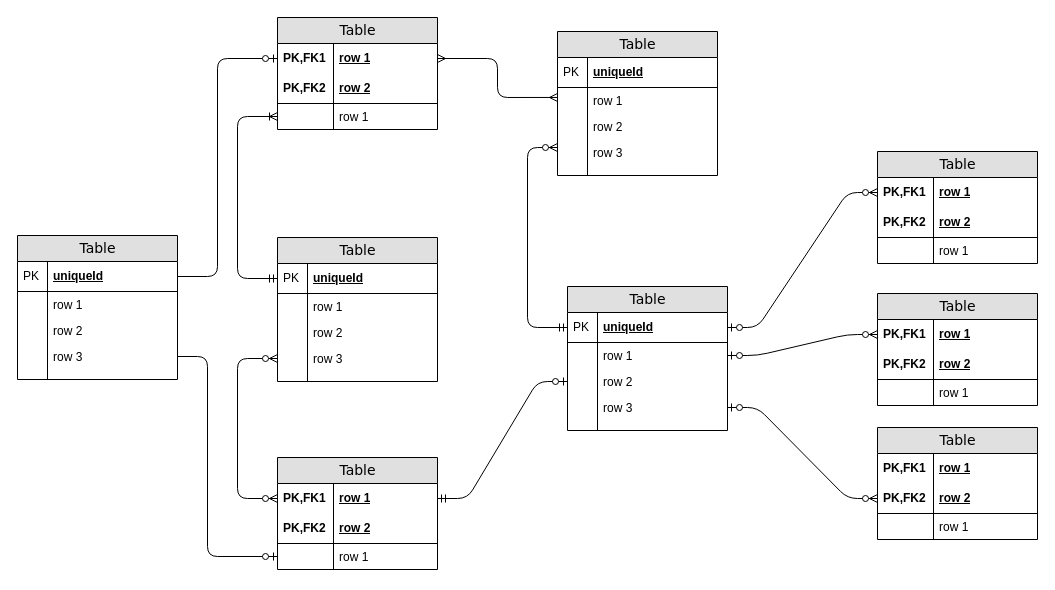
Before: ERD/Untitled Diagram.drawio in DaviesBrown/alx-airbnb-database, a draw.io diagram. Source tidied: cells renumbered, new cells numbered last; positions are measured from the earlier drawing's top-left corner, leaving out a move shared by most shapes. Both pictures are drawn from the tidied source at 100%, with x=0, y=0 at pixel (17, 17).
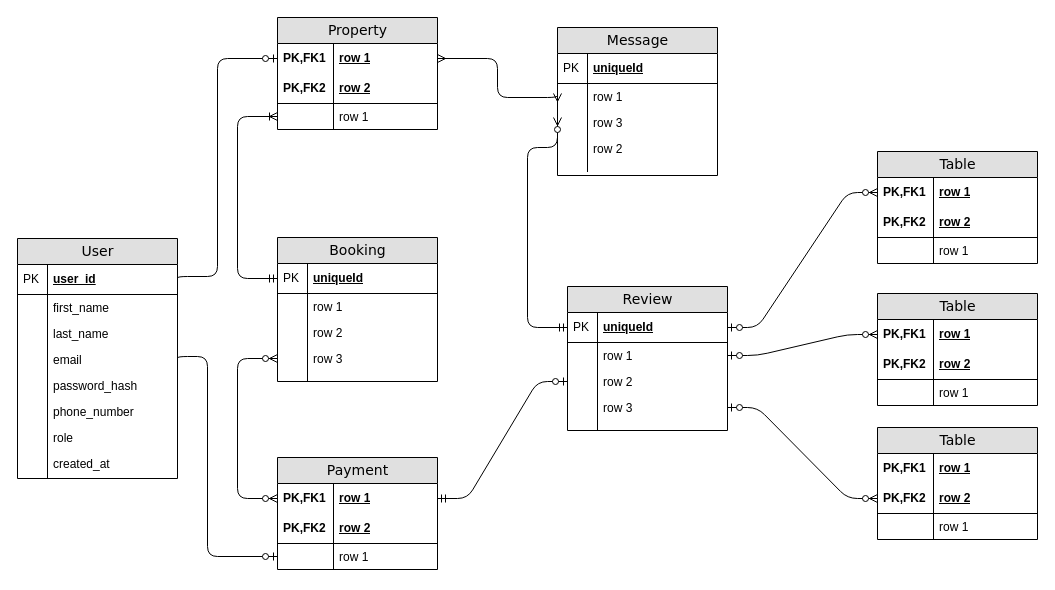
Above is the later version.

Diff of the diagram source:
```diff
@@
-    <mxCell id="2" value="Table" style="swimlane;html=1;fontStyle=0;horizontal=1;startSize=26;fillColor=#e0e0e0;swimlaneFillColor=#ffffff;align=center;rounded=0;shadow=0;comic=0;labelBackgroundColor=none;strokeWidth=1;fontFamily=Verdana;fontSize=14;" parent="1" vertex="1">
+    <mxCell id="2" value="Property" style="swimlane;html=1;fontStyle=0;horizontal=1;startSize=26;fillColor=#e0e0e0;swimlaneFillColor=#ffffff;align=center;rounded=0;shadow=0;comic=0;labelBackgroundColor=none;strokeWidth=1;fontFamily=Verdana;fontSize=14;" parent="1" vertex="1">
       <mxGeometry x="260" width="160" height="112" as="geometry" />
     </mxCell>
@@
-    <mxCell id="9" value="Table" style="swimlane;html=1;fontStyle=0;horizontal=1;startSize=26;fillColor=#e0e0e0;swimlaneFillColor=#ffffff;align=center;rounded=0;shadow=0;comic=0;labelBackgroundColor=none;strokeWidth=1;fontFamily=Verdana;fontSize=14;swimlaneLine=1;" parent="1" vertex="1">
-      <mxGeometry x="540" y="14" width="160" height="144" as="geometry" />
+    <mxCell id="9" value="Message" style="swimlane;html=1;fontStyle=0;horizontal=1;startSize=26;fillColor=#e0e0e0;swimlaneFillColor=#ffffff;align=center;rounded=0;shadow=0;comic=0;labelBackgroundColor=none;strokeWidth=1;fontFamily=Verdana;fontSize=14;swimlaneLine=1;" parent="1" vertex="1">
+      <mxGeometry x="540" y="10" width="160" height="148" as="geometry" />
     </mxCell>
@@
+    <mxCell id="16" value="row 3" style="shape=partialRectangle;top=0;left=0;right=0;bottom=0;html=1;align=left;verticalAlign=top;fillColor=none;spacingLeft=34;spacingRight=4;whiteSpace=wrap;overflow=hidden;points=[[0,0.5],[1,0.5]];portConstraint=eastwest;" parent="9" vertex="1">
+      <mxGeometry y="82" width="160" height="26" as="geometry" />
+    </mxCell>
+    <mxCell id="17" style="shape=partialRectangle;top=0;left=0;bottom=0;html=1;fillColor=none;align=left;verticalAlign=top;spacingLeft=4;spacingRight=4;whiteSpace=wrap;overflow=hidden;" parent="16" vertex="1">
+      <mxGeometry width="30" height="26" as="geometry" />
+    </mxCell>
     <mxCell id="14" value="row 2" style="shape=partialRectangle;top=0;left=0;right=0;bottom=0;html=1;align=left;verticalAlign=top;fillColor=none;spacingLeft=34;spacingRight=4;whiteSpace=wrap;overflow=hidden;" parent="9" vertex="1">
-      <mxGeometry y="82" width="160" height="26" as="geometry" />
+      <mxGeometry y="108" width="160" height="26" as="geometry" />
     </mxCell>
@@
-    <mxCell id="16" value="row 3" style="shape=partialRectangle;top=0;left=0;right=0;bottom=0;html=1;align=left;verticalAlign=top;fillColor=none;spacingLeft=34;spacingRight=4;whiteSpace=wrap;overflow=hidden;points=[[0,0.5],[1,0.5]];portConstraint=eastwest;" parent="9" vertex="1">
-      <mxGeometry y="108" width="160" height="26" as="geometry" />
-    </mxCell>
-    <mxCell id="17" style="shape=partialRectangle;top=0;left=0;bottom=0;html=1;fillColor=none;align=left;verticalAlign=top;spacingLeft=4;spacingRight=4;whiteSpace=wrap;overflow=hidden;" parent="16" vertex="1">
-      <mxGeometry width="30" height="26" as="geometry" />
-    </mxCell>
@@
-    <mxCell id="20" value="Table" style="swimlane;html=1;fontStyle=0;horizontal=1;startSize=26;fillColor=#e0e0e0;swimlaneFillColor=#ffffff;align=center;rounded=0;shadow=0;comic=0;labelBackgroundColor=none;strokeWidth=1;fontFamily=Verdana;fontSize=14;" parent="1" vertex="1">
+    <mxCell id="20" value="Booking" style="swimlane;html=1;fontStyle=0;horizontal=1;startSize=26;fillColor=#e0e0e0;swimlaneFillColor=#ffffff;align=center;rounded=0;shadow=0;comic=0;labelBackgroundColor=none;strokeWidth=1;fontFamily=Verdana;fontSize=14;" parent="1" vertex="1">
       <mxGeometry x="260" y="220" width="160" height="144" as="geometry" />
     </mxCell>
@@
-    <mxCell id="31" value="Table" style="swimlane;html=1;fontStyle=0;horizontal=1;startSize=26;fillColor=#e0e0e0;swimlaneFillColor=#ffffff;align=center;rounded=0;shadow=0;comic=0;labelBackgroundColor=none;strokeWidth=1;fontFamily=Verdana;fontSize=14;" parent="1" vertex="1">
+    <mxCell id="31" value="Review" style="swimlane;html=1;fontStyle=0;horizontal=1;startSize=26;fillColor=#e0e0e0;swimlaneFillColor=#ffffff;align=center;rounded=0;shadow=0;comic=0;labelBackgroundColor=none;strokeWidth=1;fontFamily=Verdana;fontSize=14;" parent="1" vertex="1">
       <mxGeometry x="550" y="269" width="160" height="144" as="geometry" />
     </mxCell>
@@
-    <mxCell id="49" value="Table" style="swimlane;html=1;fontStyle=0;horizontal=1;startSize=26;fillColor=#e0e0e0;swimlaneFillColor=#ffffff;align=center;rounded=0;shadow=0;comic=0;labelBackgroundColor=none;strokeWidth=1;fontFamily=Verdana;fontSize=14;" parent="1" vertex="1">
+    <mxCell id="49" value="Payment" style="swimlane;html=1;fontStyle=0;horizontal=1;startSize=26;fillColor=#e0e0e0;swimlaneFillColor=#ffffff;align=center;rounded=0;shadow=0;comic=0;labelBackgroundColor=none;strokeWidth=1;fontFamily=Verdana;fontSize=14;" parent="1" vertex="1">
       <mxGeometry x="260" y="440" width="160" height="112" as="geometry" />
     </mxCell>
@@
-    <mxCell id="78" value="Table" style="swimlane;html=1;fontStyle=0;horizontal=1;startSize=26;fillColor=#e0e0e0;swimlaneFillColor=#ffffff;align=center;rounded=0;shadow=0;comic=0;labelBackgroundColor=none;strokeWidth=1;fontFamily=Verdana;fontSize=14;" parent="1" vertex="1">
-      <mxGeometry y="218" width="160" height="144" as="geometry" />
+    <mxCell id="78" value="User" style="swimlane;html=1;fontStyle=0;horizontal=1;startSize=26;fillColor=#e0e0e0;swimlaneFillColor=#ffffff;align=center;rounded=0;shadow=0;comic=0;labelBackgroundColor=none;strokeWidth=1;fontFamily=Verdana;fontSize=14;" parent="1" vertex="1">
+      <mxGeometry y="221" width="160" height="240" as="geometry" />
     </mxCell>
-    <mxCell id="79" value="uniqueId" style="shape=partialRectangle;top=0;left=0;right=0;bottom=1;html=1;align=left;verticalAlign=middle;fillColor=none;spacingLeft=34;spacingRight=4;whiteSpace=wrap;overflow=hidden;points=[[0,0.5],[1,0.5]];portConstraint=eastwest;fontStyle=5;" parent="78" vertex="1">
+    <mxCell id="79" value="user_id" style="shape=partialRectangle;top=0;left=0;right=0;bottom=1;html=1;align=left;verticalAlign=middle;fillColor=none;spacingLeft=34;spacingRight=4;whiteSpace=wrap;overflow=hidden;points=[[0,0.5],[1,0.5]];portConstraint=eastwest;fontStyle=5;" parent="78" vertex="1">
       <mxGeometry y="26" width="160" height="30" as="geometry" />
     </mxCell>
@@
-    <mxCell id="81" value="row 1" style="shape=partialRectangle;top=0;left=0;right=0;bottom=0;html=1;align=left;verticalAlign=top;fillColor=none;spacingLeft=34;spacingRight=4;whiteSpace=wrap;overflow=hidden;" parent="78" vertex="1">
+    <mxCell id="81" value="first_name" style="shape=partialRectangle;top=0;left=0;right=0;bottom=0;html=1;align=left;verticalAlign=top;fillColor=none;spacingLeft=34;spacingRight=4;whiteSpace=wrap;overflow=hidden;" parent="78" vertex="1">
       <mxGeometry y="56" width="160" height="26" as="geometry" />
     </mxCell>
@@
-    <mxCell id="83" value="row 2" style="shape=partialRectangle;top=0;left=0;right=0;bottom=0;html=1;align=left;verticalAlign=top;fillColor=none;spacingLeft=34;spacingRight=4;whiteSpace=wrap;overflow=hidden;" parent="78" vertex="1">
+    <mxCell id="83" value="last_name" style="shape=partialRectangle;top=0;left=0;right=0;bottom=0;html=1;align=left;verticalAlign=top;fillColor=none;spacingLeft=34;spacingRight=4;whiteSpace=wrap;overflow=hidden;" parent="78" vertex="1">
       <mxGeometry y="82" width="160" height="26" as="geometry" />
     </mxCell>
@@
-    <mxCell id="85" value="row 3" style="shape=partialRectangle;top=0;left=0;right=0;bottom=0;html=1;align=left;verticalAlign=top;fillColor=none;spacingLeft=34;spacingRight=4;whiteSpace=wrap;overflow=hidden;points=[[0,0.5],[1,0.5]];portConstraint=eastwest;" parent="78" vertex="1">
+    <mxCell id="85" value="email" style="shape=partialRectangle;top=0;left=0;right=0;bottom=0;html=1;align=left;verticalAlign=top;fillColor=none;spacingLeft=34;spacingRight=4;whiteSpace=wrap;overflow=hidden;points=[[0,0.5],[1,0.5]];portConstraint=eastwest;" parent="78" vertex="1">
       <mxGeometry y="108" width="160" height="26" as="geometry" />
     </mxCell>
@@
-    <mxCell id="87" style="shape=partialRectangle;top=0;left=0;right=0;bottom=0;html=1;align=left;verticalAlign=top;fillColor=none;spacingLeft=34;spacingRight=4;whiteSpace=wrap;overflow=hidden;" parent="78" vertex="1">
-      <mxGeometry y="134" width="160" height="10" as="geometry" />
+    <mxCell id="87" value="password_hash" style="shape=partialRectangle;top=0;left=0;right=0;bottom=0;html=1;align=left;verticalAlign=top;fillColor=none;spacingLeft=34;spacingRight=4;whiteSpace=wrap;overflow=hidden;" parent="78" vertex="1">
+      <mxGeometry y="134" width="160" height="26" as="geometry" />
     </mxCell>
     <mxCell id="88" style="shape=partialRectangle;top=0;left=0;bottom=0;html=1;fillColor=none;align=left;verticalAlign=top;spacingLeft=4;spacingRight=4;whiteSpace=wrap;overflow=hidden;" parent="87" vertex="1">
-      <mxGeometry width="30" height="10" as="geometry" />
+      <mxGeometry width="30" height="26" as="geometry" />
     </mxCell>
+    <mxCell id="91" value="phone_number" style="shape=partialRectangle;top=0;left=0;right=0;bottom=0;html=1;align=left;verticalAlign=top;fillColor=none;spacingLeft=34;spacingRight=4;whiteSpace=wrap;overflow=hidden;" parent="78" vertex="1">
+      <mxGeometry y="160" width="160" height="26" as="geometry" />
+    </mxCell>
+    <mxCell id="92" style="shape=partialRectangle;top=0;left=0;bottom=0;html=1;fillColor=none;align=left;verticalAlign=top;spacingLeft=4;spacingRight=4;whiteSpace=wrap;overflow=hidden;" parent="91" vertex="1">
+      <mxGeometry width="30" height="26" as="geometry" />
+    </mxCell>
+    <mxCell id="93" value="role" style="shape=partialRectangle;top=0;left=0;right=0;bottom=0;html=1;align=left;verticalAlign=top;fillColor=none;spacingLeft=34;spacingRight=4;whiteSpace=wrap;overflow=hidden;" parent="78" vertex="1">
+      <mxGeometry y="186" width="160" height="26" as="geometry" />
+    </mxCell>
+    <mxCell id="94" style="shape=partialRectangle;top=0;left=0;bottom=0;html=1;fillColor=none;align=left;verticalAlign=top;spacingLeft=4;spacingRight=4;whiteSpace=wrap;overflow=hidden;" parent="93" vertex="1">
+      <mxGeometry width="30" height="26" as="geometry" />
+    </mxCell>
+    <mxCell id="95" value="created_at" style="shape=partialRectangle;top=0;left=0;right=0;bottom=0;html=1;align=left;verticalAlign=top;fillColor=none;spacingLeft=34;spacingRight=4;whiteSpace=wrap;overflow=hidden;" parent="78" vertex="1">
+      <mxGeometry y="212" width="160" height="28" as="geometry" />
+    </mxCell>
+    <mxCell id="96" style="shape=partialRectangle;top=0;left=0;bottom=0;html=1;fillColor=none;align=left;verticalAlign=top;spacingLeft=4;spacingRight=4;whiteSpace=wrap;overflow=hidden;" parent="95" vertex="1">
+      <mxGeometry width="30" height="28" as="geometry" />
+    </mxCell>
```
